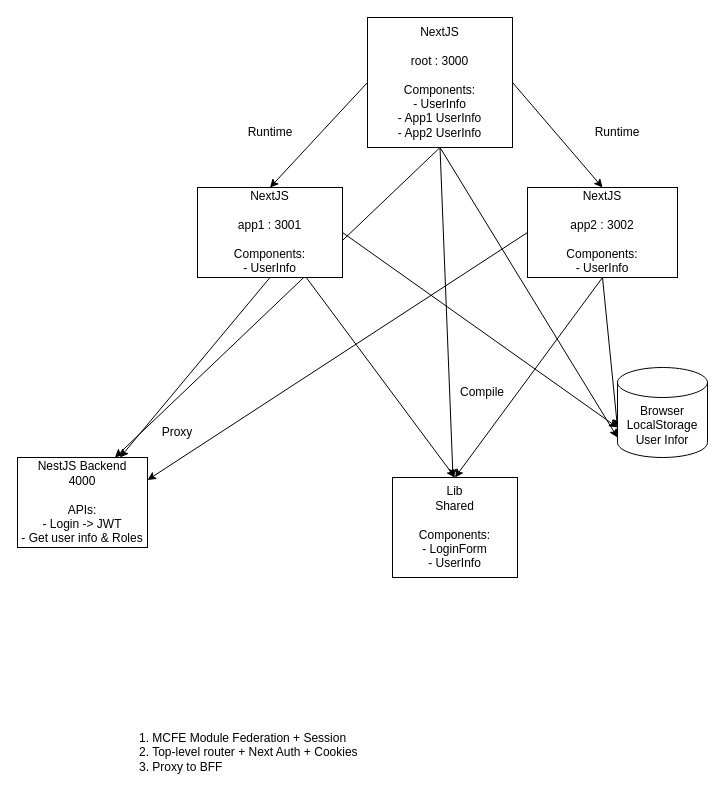
The draw.io diagram architecture.dio in LeTienHanh/mcfe-demo, before the edit. Source tidied: cells renumbered, new cells numbered last; positions are measured from the earlier drawing's top-left corner, leaving out a move shared by most shapes. Both pictures are drawn from the tidied source at 100%, with x=0, y=0 at pixel (17, 17).
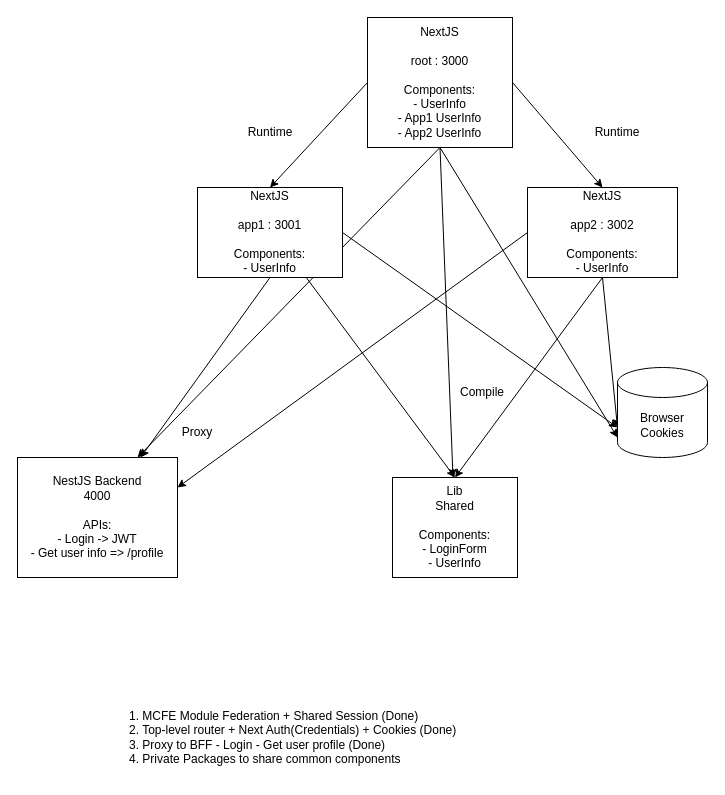
The same diagram, later.

What changed in the source:
```diff
@@
-    <mxCell id="17" value="NestJS Backend&lt;br&gt;4000&lt;br&gt;&lt;br&gt;APIs:&lt;br&gt;- Login -&amp;gt; JWT&lt;br&gt;- Get user info &amp;amp; Roles" style="rounded=0;whiteSpace=wrap;html=1;" parent="1" vertex="1">
-      <mxGeometry y="440" width="130" height="90" as="geometry" />
+    <mxCell id="17" value="NestJS Backend&lt;br&gt;4000&lt;br&gt;&lt;br&gt;APIs:&lt;br&gt;- Login -&amp;gt; JWT&lt;br&gt;- Get user info =&amp;gt; /profile" style="rounded=0;whiteSpace=wrap;html=1;" parent="1" vertex="1">
+      <mxGeometry y="440" width="160" height="120" as="geometry" />
     </mxCell>
@@
-    <mxCell id="19" value="1. MCFE Module Federation + Session&lt;br&gt;2. Top-level router + Next Auth + Cookies&lt;br&gt;3. Proxy to BFF" style="text;html=1;strokeColor=none;fillColor=none;align=left;verticalAlign=middle;whiteSpace=wrap;rounded=0;" parent="1" vertex="1">
-      <mxGeometry x="120" y="710" width="290" height="50" as="geometry" />
+    <mxCell id="19" value="1. MCFE Module Federation + Shared Session (Done)&lt;br&gt;2. Top-level router + Next Auth(Credentials) + Cookies (Done)&lt;br&gt;3. Proxy to BFF - Login - Get user profile (Done)&lt;br&gt;4. Private Packages to share common components" style="text;html=1;strokeColor=none;fillColor=none;align=left;verticalAlign=middle;whiteSpace=wrap;rounded=0;" parent="1" vertex="1">
+      <mxGeometry x="110" y="680" width="360" height="80" as="geometry" />
     </mxCell>
-    <mxCell id="20" value="Browser&lt;br&gt;LocalStorage&lt;br&gt;User Infor" style="shape=cylinder3;whiteSpace=wrap;html=1;boundedLbl=1;backgroundOutline=1;size=15;" parent="1" vertex="1">
+    <mxCell id="20" value="Browser&lt;br&gt;Cookies" style="shape=cylinder3;whiteSpace=wrap;html=1;boundedLbl=1;backgroundOutline=1;size=15;" parent="1" vertex="1">
       <mxGeometry x="600" y="350" width="90" height="90" as="geometry" />
     </mxCell>
@@
     <mxCell id="23" value="Proxy" style="text;html=1;strokeColor=none;fillColor=none;align=center;verticalAlign=middle;whiteSpace=wrap;rounded=0;" parent="1" vertex="1">
-      <mxGeometry x="130" y="400" width="60" height="30" as="geometry" />
+      <mxGeometry x="150" y="400" width="60" height="30" as="geometry" />
     </mxCell>
```
